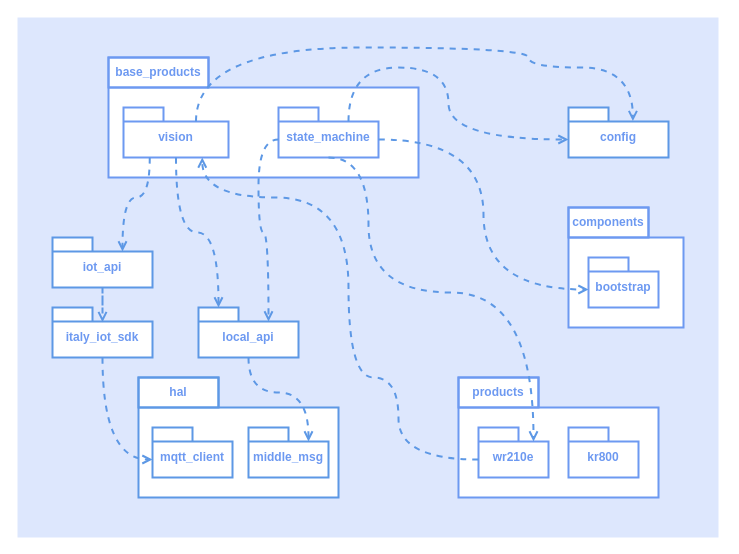
Before: 割草机类图依赖.drawio in xunzhaoxusanduo/1-drawio, a draw.io diagram. Source tidied: cells renumbered, new cells numbered last; positions are measured from the earlier drawing's top-left corner, leaving out a move shared by most shapes. Both pictures are drawn from the tidied source at 100%, with x=0, y=0 at pixel (17, 17).
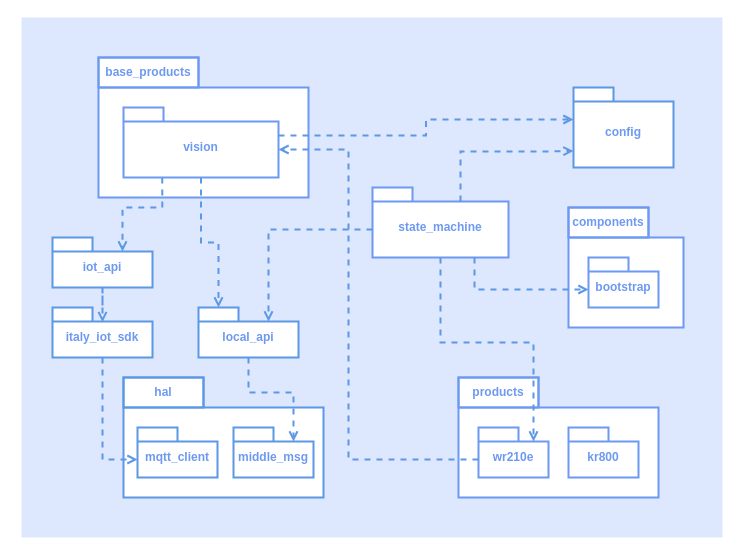
Above is the later version.

Commit message (it also covers changes not shown here):
更新割草机类图依赖.drawio

The change refers to these unchanged cells:
```xml
<mxCell id="9" value="wr210e" style="shape=folder;fontStyle=1;spacingTop=10;tabWidth=40;tabHeight=14;tabPosition=left;html=1;whiteSpace=wrap;strokeColor=#6d99f1;strokeWidth=2;fontColor=#6d99f1;" parent="1" vertex="1">
  <mxGeometry x="461" y="410" width="70" height="50" as="geometry" />
</mxCell>
<mxCell id="11" value="italy_iot_sdk" style="shape=folder;fontStyle=1;spacingTop=10;tabWidth=40;tabHeight=14;tabPosition=left;html=1;whiteSpace=wrap;strokeColor=#5d98e5;strokeWidth=2;fontColor=#6d99f1;" parent="1" vertex="1">
  <mxGeometry x="35" y="290" width="100" height="50" as="geometry" />
</mxCell>
<mxCell id="12" value="iot_api" style="shape=folder;fontStyle=1;spacingTop=10;tabWidth=40;tabHeight=14;tabPosition=left;html=1;whiteSpace=wrap;strokeColor=#5d98e5;strokeWidth=2;fontColor=#6d99f1;" parent="1" vertex="1">
  <mxGeometry x="35" y="220" width="100" height="50" as="geometry" />
</mxCell>
<mxCell id="13" value="local_api" style="shape=folder;fontStyle=1;spacingTop=10;tabWidth=40;tabHeight=14;tabPosition=left;html=1;whiteSpace=wrap;strokeColor=#5d98e5;strokeWidth=2;fontColor=#6d99f1;" parent="1" vertex="1">
  <mxGeometry x="181" y="290" width="100" height="50" as="geometry" />
</mxCell>
<mxCell id="22" value="bootstrap" style="shape=folder;fontStyle=1;spacingTop=10;tabWidth=40;tabHeight=14;tabPosition=left;html=1;whiteSpace=wrap;strokeColor=#6d99f1;strokeWidth=2;fontColor=#6d99f1;" parent="1" vertex="1">
  <mxGeometry x="571" y="240" width="70" height="50" as="geometry" />
</mxCell>
```

The edit, as a diff of the source:
```diff
@@
     <mxCell id="2" style="rounded=0;whiteSpace=wrap;html=1;fillColor=#dde7fd;strokeColor=none;" parent="1" vertex="1">
-      <mxGeometry width="701" height="520" as="geometry" />
+      <mxGeometry x="4" width="701" height="520" as="geometry" />
     </mxCell>
     <mxCell id="3" style="shape=folder;fontStyle=1;spacingTop=10;tabWidth=100;tabHeight=30;tabPosition=left;html=1;whiteSpace=wrap;strokeColor=#6d99f1;strokeWidth=2;fontColor=#6d99f1;" parent="1" vertex="1">
-      <mxGeometry x="91" y="40" width="310" height="120" as="geometry" />
+      <mxGeometry x="81" y="40" width="210" height="140" as="geometry" />
     </mxCell>
     <mxCell id="4" value="&lt;b&gt;base_products&lt;/b&gt;" style="text;html=1;strokeColor=#6d99f1;fillColor=none;align=center;verticalAlign=middle;whiteSpace=wrap;rounded=0;strokeWidth=2;fontColor=#6d99f1;" parent="1" vertex="1">
-      <mxGeometry x="91" y="40" width="100" height="30" as="geometry" />
+      <mxGeometry x="81" y="40" width="100" height="30" as="geometry" />
     </mxCell>
     <mxCell id="5" value="state_machine" style="shape=folder;fontStyle=1;spacingTop=10;tabWidth=40;tabHeight=14;tabPosition=left;html=1;whiteSpace=wrap;strokeColor=#6d99f1;strokeWidth=2;fontColor=#6d99f1;" parent="1" vertex="1">
-      <mxGeometry x="261" y="90" width="100" height="50" as="geometry" />
+      <mxGeometry x="355" y="170" width="136" height="70" as="geometry" />
     </mxCell>
     <mxCell id="6" value="vision" style="shape=folder;fontStyle=1;spacingTop=10;tabWidth=40;tabHeight=14;tabPosition=left;html=1;whiteSpace=wrap;strokeColor=#6d99f1;strokeWidth=2;fontColor=#6d99f1;" parent="1" vertex="1">
-      <mxGeometry x="106" y="90" width="105" height="50" as="geometry" />
+      <mxGeometry x="106" y="90" width="155" height="70" as="geometry" />
     </mxCell>
@@
     <mxCell id="14" style="shape=folder;fontStyle=1;spacingTop=10;tabWidth=80;tabHeight=30;tabPosition=left;html=1;whiteSpace=wrap;strokeColor=#5d98e5;strokeWidth=2;fontColor=#6d99f1;" parent="1" vertex="1">
-      <mxGeometry x="121" y="360" width="200" height="120" as="geometry" />
+      <mxGeometry x="106" y="360" width="200" height="120" as="geometry" />
     </mxCell>
     <mxCell id="15" value="&lt;b&gt;hal&lt;/b&gt;" style="text;html=1;strokeColor=#5d98e5;fillColor=none;align=center;verticalAlign=middle;whiteSpace=wrap;rounded=0;strokeWidth=2;fontColor=#6d99f1;" parent="1" vertex="1">
-      <mxGeometry x="121" y="360" width="80" height="30" as="geometry" />
+      <mxGeometry x="106" y="360" width="80" height="30" as="geometry" />
     </mxCell>
     <mxCell id="16" value="mqtt_client" style="shape=folder;fontStyle=1;spacingTop=10;tabWidth=40;tabHeight=14;tabPosition=left;html=1;whiteSpace=wrap;strokeColor=#5d98e5;strokeWidth=2;fontColor=#6d99f1;" parent="1" vertex="1">
-      <mxGeometry x="135" y="410" width="80" height="50" as="geometry" />
+      <mxGeometry x="120" y="410" width="80" height="50" as="geometry" />
     </mxCell>
     <mxCell id="17" value="middle_msg" style="shape=folder;fontStyle=1;spacingTop=10;tabWidth=40;tabHeight=14;tabPosition=left;html=1;whiteSpace=wrap;strokeColor=#5d98e5;strokeWidth=2;fontColor=#6d99f1;" parent="1" vertex="1">
-      <mxGeometry x="231" y="410" width="80" height="50" as="geometry" />
+      <mxGeometry x="216" y="410" width="80" height="50" as="geometry" />
     </mxCell>
@@
-    <mxCell id="19" style="edgeStyle=orthogonalEdgeStyle;rounded=0;jettySize=auto;html=1;entryX=0;entryY=0;entryDx=60;entryDy=14;entryPerimeter=0;endArrow=open;endFill=0;strokeColor=#5d98e5;strokeWidth=2;fontColor=#6d99f1;curved=1;dashed=1;" parent="1" edge="1" source="13" target="17">
+    <mxCell id="19" style="edgeStyle=orthogonalEdgeStyle;rounded=0;jettySize=auto;html=1;entryX=0;entryY=0;entryDx=60;entryDy=14;entryPerimeter=0;endArrow=open;endFill=0;strokeColor=#5d98e5;strokeWidth=2;fontColor=#6d99f1;dashed=1;" parent="1" edge="1" source="13" target="17">
       <mxGeometry relative="1" as="geometry" />
     </mxCell>
@@
     <mxCell id="23" value="config" style="shape=folder;fontStyle=1;spacingTop=10;tabWidth=40;tabHeight=14;tabPosition=left;html=1;whiteSpace=wrap;strokeColor=#5d98e5;strokeWidth=2;fontColor=#6d99f1;" parent="1" vertex="1">
-      <mxGeometry x="551" y="90" width="100" height="50" as="geometry" />
+      <mxGeometry x="556" y="70" width="100" height="80" as="geometry" />
     </mxCell>
-    <mxCell id="24" style="edgeStyle=orthogonalEdgeStyle;rounded=0;jettySize=auto;html=1;exitX=0.25;exitY=1;exitDx=0;exitDy=0;exitPerimeter=0;entryX=0;entryY=0;entryDx=70;entryDy=14;entryPerimeter=0;curved=1;strokeWidth=2;endArrow=open;strokeColor=#5d98e5;fontColor=#6d99f1;endFill=0;dashed=1;" parent="1" edge="1" source="6" target="12">
+    <mxCell id="24" style="edgeStyle=orthogonalEdgeStyle;rounded=0;jettySize=auto;html=1;exitX=0.25;exitY=1;exitDx=0;exitDy=0;exitPerimeter=0;entryX=0;entryY=0;entryDx=70;entryDy=14;entryPerimeter=0;strokeWidth=2;endArrow=open;strokeColor=#5d98e5;fontColor=#6d99f1;endFill=0;dashed=1;" parent="1" edge="1" source="6" target="12">
       <mxGeometry relative="1" as="geometry" />
     </mxCell>
-    <mxCell id="25" style="edgeStyle=orthogonalEdgeStyle;rounded=0;jettySize=auto;html=1;exitX=0.5;exitY=1;exitDx=0;exitDy=0;exitPerimeter=0;entryX=0;entryY=0;entryDx=20;entryDy=0;entryPerimeter=0;curved=1;strokeWidth=2;endArrow=open;strokeColor=#5d98e5;fontColor=#6d99f1;endFill=0;dashed=1;" parent="1" edge="1" source="6" target="13">
-      <mxGeometry relative="1" as="geometry">
-        <Array as="points">
-          <mxPoint x="159" y="215" />
-          <mxPoint x="201" y="215" />
-        </Array>
-      </mxGeometry>
+    <mxCell id="25" style="edgeStyle=orthogonalEdgeStyle;rounded=0;jettySize=auto;html=1;exitX=0.5;exitY=1;exitDx=0;exitDy=0;exitPerimeter=0;entryX=0;entryY=0;entryDx=20;entryDy=0;entryPerimeter=0;strokeWidth=2;endArrow=open;strokeColor=#5d98e5;fontColor=#6d99f1;endFill=0;dashed=1;" parent="1" edge="1" source="6" target="13">
+      <mxGeometry relative="1" as="geometry" />
     </mxCell>
-    <mxCell id="26" style="edgeStyle=orthogonalEdgeStyle;rounded=0;jettySize=auto;html=1;entryX=0;entryY=0;entryDx=0;entryDy=32;entryPerimeter=0;curved=1;strokeWidth=2;endArrow=open;strokeColor=#5d98e5;fontColor=#6d99f1;endFill=0;dashed=1;" parent="1" edge="1" source="11" target="16">
+    <mxCell id="26" style="edgeStyle=orthogonalEdgeStyle;rounded=0;jettySize=auto;html=1;entryX=0;entryY=0;entryDx=0;entryDy=32;entryPerimeter=0;strokeWidth=2;endArrow=open;strokeColor=#5d98e5;fontColor=#6d99f1;endFill=0;dashed=1;" parent="1" edge="1" source="11" target="16">
       <mxGeometry relative="1" as="geometry" />
     </mxCell>
-    <mxCell id="27" style="edgeStyle=orthogonalEdgeStyle;rounded=0;jettySize=auto;html=1;exitX=0;exitY=0;exitDx=0;exitDy=32;exitPerimeter=0;entryX=0.75;entryY=1;entryDx=0;entryDy=0;entryPerimeter=0;curved=1;endArrow=open;strokeColor=#5d98e5;fontColor=#6d99f1;strokeWidth=2;endFill=0;dashed=1;" parent="1" edge="1" source="9" target="6">
-      <mxGeometry relative="1" as="geometry">
-        <Array as="points">
-          <mxPoint x="381" y="442" />
-          <mxPoint x="381" y="360" />
-          <mxPoint x="331" y="360" />
-          <mxPoint x="331" y="180" />
-          <mxPoint x="185" y="180" />
-        </Array>
-      </mxGeometry>
-    </mxCell>
-    <mxCell id="28" style="edgeStyle=orthogonalEdgeStyle;rounded=0;jettySize=auto;html=1;exitX=0;exitY=0;exitDx=0;exitDy=32;exitPerimeter=0;entryX=0;entryY=0;entryDx=70;entryDy=14;entryPerimeter=0;curved=1;endArrow=open;strokeColor=#5d98e5;fontColor=#6d99f1;strokeWidth=2;endFill=0;dashed=1;" parent="1" edge="1" source="5" target="13">
+    <mxCell id="28" style="edgeStyle=orthogonalEdgeStyle;rounded=0;jettySize=auto;html=1;exitX=0;exitY=0;exitDx=0;exitDy=42;exitPerimeter=0;entryX=0;entryY=0;entryDx=70;entryDy=14;entryPerimeter=0;endArrow=open;strokeColor=#5d98e5;fontColor=#6d99f1;strokeWidth=2;endFill=0;dashed=1;" parent="1" edge="1" source="5" target="13">
       <mxGeometry relative="1" as="geometry" />
     </mxCell>
-    <mxCell id="29" style="edgeStyle=orthogonalEdgeStyle;rounded=0;jettySize=auto;html=1;exitX=0.5;exitY=1;exitDx=0;exitDy=0;exitPerimeter=0;entryX=0;entryY=0;entryDx=55;entryDy=14;entryPerimeter=0;curved=1;endArrow=open;strokeColor=#5d98e5;fontColor=#6d99f1;strokeWidth=2;endFill=0;dashed=1;" parent="1" edge="1" source="5" target="9">
-      <mxGeometry relative="1" as="geometry">
-        <Array as="points">
-          <mxPoint x="351" y="140" />
-          <mxPoint x="351" y="275" />
-          <mxPoint x="516" y="275" />
-        </Array>
-      </mxGeometry>
+    <mxCell id="29" style="edgeStyle=orthogonalEdgeStyle;rounded=0;jettySize=auto;html=1;exitX=0.5;exitY=1;exitDx=0;exitDy=0;exitPerimeter=0;entryX=0;entryY=0;entryDx=55;entryDy=14;entryPerimeter=0;endArrow=open;strokeColor=#5d98e5;fontColor=#6d99f1;strokeWidth=2;endFill=0;dashed=1;" parent="1" edge="1" source="5" target="9">
+      <mxGeometry relative="1" as="geometry" />
     </mxCell>
-    <mxCell id="30" style="edgeStyle=orthogonalEdgeStyle;rounded=0;jettySize=auto;html=1;exitX=0;exitY=0;exitDx=100;exitDy=32;exitPerimeter=0;entryX=0;entryY=0;entryDx=0;entryDy=32;entryPerimeter=0;curved=1;endArrow=open;strokeColor=#5d98e5;fontColor=#6d99f1;strokeWidth=2;endFill=0;dashed=1;" parent="1" edge="1" source="5" target="22">
+    <mxCell id="30" style="edgeStyle=orthogonalEdgeStyle;rounded=0;jettySize=auto;html=1;exitX=0.75;exitY=1;exitDx=0;exitDy=0;exitPerimeter=0;entryX=0;entryY=0;entryDx=0;entryDy=32;entryPerimeter=0;endArrow=open;strokeColor=#5d98e5;fontColor=#6d99f1;strokeWidth=2;endFill=0;dashed=1;" parent="1" edge="1" source="5" target="22">
       <mxGeometry relative="1" as="geometry" />
     </mxCell>
+    <mxCell id="27" style="edgeStyle=orthogonalEdgeStyle;rounded=0;jettySize=auto;html=1;exitX=0;exitY=0;exitDx=0;exitDy=32;exitPerimeter=0;entryX=0;entryY=0;entryDx=155;entryDy=42;entryPerimeter=0;endArrow=open;strokeColor=#5d98e5;fontColor=#6d99f1;strokeWidth=2;endFill=0;dashed=1;" parent="1" edge="1" source="9" target="6">
+      <mxGeometry relative="1" as="geometry">
+        <Array as="points">
+          <mxPoint x="331" y="442" />
+          <mxPoint x="331" y="132" />
+        </Array>
+      </mxGeometry>
+    </mxCell>
-    <mxCell id="31" style="edgeStyle=orthogonalEdgeStyle;rounded=0;jettySize=auto;html=1;exitX=0;exitY=0;exitDx=72.5;exitDy=14;exitPerimeter=0;entryX=0.644;entryY=0.272;entryDx=0;entryDy=0;entryPerimeter=0;curved=1;endArrow=open;strokeColor=#5d98e5;fontColor=#6d99f1;strokeWidth=2;endFill=0;dashed=1;" parent="1" edge="1" source="6" target="23">
-      <mxGeometry relative="1" as="geometry">
-        <Array as="points">
-          <mxPoint x="178" y="30" />
-          <mxPoint x="511" y="30" />
-          <mxPoint x="511" y="50" />
-          <mxPoint x="615" y="50" />
-        </Array>
-      </mxGeometry>
+    <mxCell id="31" style="edgeStyle=orthogonalEdgeStyle;rounded=0;jettySize=auto;html=1;exitX=0;exitY=0;exitDx=155;exitDy=28;exitPerimeter=0;entryX=0;entryY=0;entryDx=0;entryDy=32;entryPerimeter=0;endArrow=open;strokeColor=#5d98e5;fontColor=#6d99f1;strokeWidth=2;endFill=0;dashed=1;" parent="1" edge="1" source="6" target="23">
+      <mxGeometry relative="1" as="geometry" />
     </mxCell>
-    <mxCell id="32" style="edgeStyle=orthogonalEdgeStyle;rounded=0;jettySize=auto;html=1;exitX=0;exitY=0;exitDx=70;exitDy=14;exitPerimeter=0;entryX=0;entryY=0;entryDx=0;entryDy=32;entryPerimeter=0;curved=1;endArrow=open;strokeColor=#5d98e5;fontColor=#6d99f1;strokeWidth=2;endFill=0;dashed=1;" parent="1" edge="1" source="5" target="23">
+    <mxCell id="32" style="edgeStyle=orthogonalEdgeStyle;rounded=0;jettySize=auto;html=1;exitX=0;exitY=0;exitDx=88;exitDy=14;exitPerimeter=0;entryX=0;entryY=0;entryDx=0;entryDy=63.5;entryPerimeter=0;endArrow=open;strokeColor=#5d98e5;fontColor=#6d99f1;strokeWidth=2;endFill=0;dashed=1;" parent="1" edge="1" source="5" target="23">
       <mxGeometry relative="1" as="geometry">
         <Array as="points">
-          <mxPoint x="331" y="50" />
-          <mxPoint x="431" y="50" />
-          <mxPoint x="431" y="122" />
+          <mxPoint x="443" y="134" />
+          <mxPoint x="524" y="134" />
         </Array>
       </mxGeometry>
     </mxCell>
```
